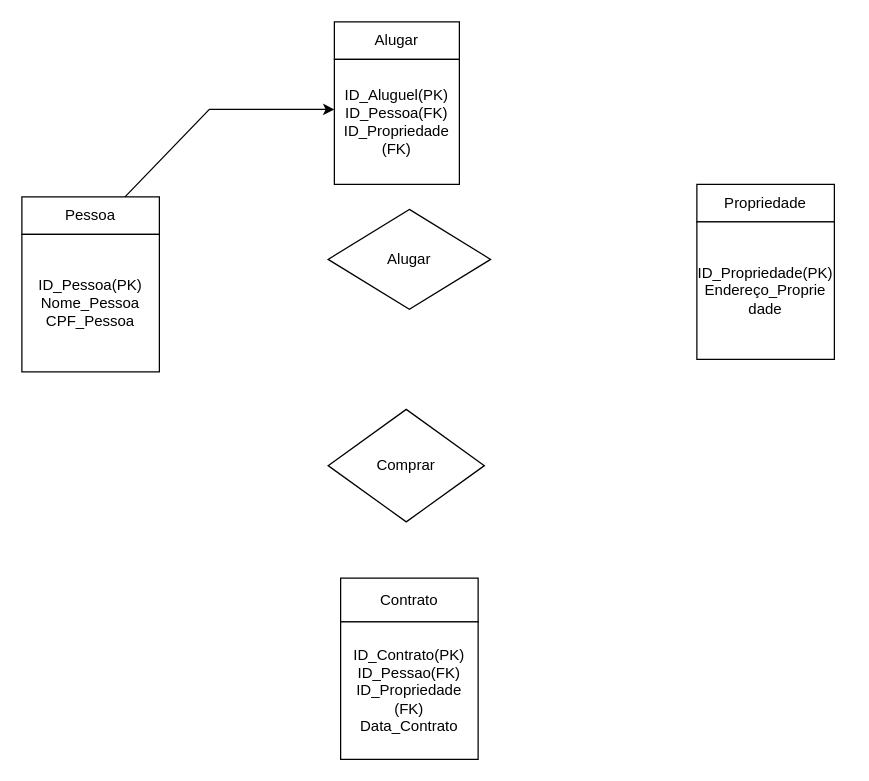
Above: Atividade final UC2/Diagrama Modelagem de dados/Diagrama Imobiliaria.drawio in geangela07/Atividades (draw.io), before the change. Source tidied: cells renumbered, new cells numbered last; positions are measured from the earlier drawing's top-left corner, leaving out a move shared by most shapes. Both pictures are drawn from the tidied source at 125%, with x=0, y=0 at pixel (21, 21).
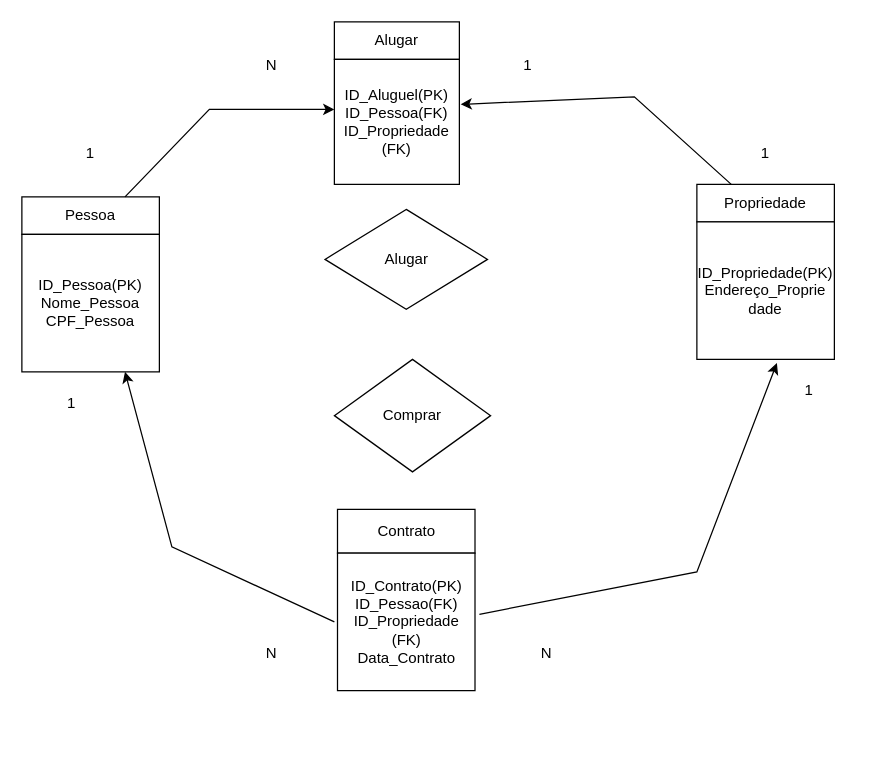
The same page after the edit.

Unchanged cells that the change refers to:
```xml
<mxCell id="5" value="ID_Pessoa(PK)&lt;br&gt;Nome_Pessoa&lt;br&gt;CPF_Pessoa" style="whiteSpace=wrap;html=1;" parent="1" vertex="1">
  <mxGeometry y="170" width="110" height="110" as="geometry" />
</mxCell>
<mxCell id="6" value="Propriedade" style="rounded=0;whiteSpace=wrap;html=1;" parent="1" vertex="1">
  <mxGeometry x="540" y="130" width="110" height="30" as="geometry" />
</mxCell>
<mxCell id="7" value="ID_Propriedade(PK)&lt;br&gt;Endereço_Proprie&lt;br&gt;dade&lt;br&gt;" style="whiteSpace=wrap;html=1;" parent="1" vertex="1">
  <mxGeometry x="540" y="160" width="110" height="110" as="geometry" />
</mxCell>
<mxCell id="9" value="ID_Aluguel(PK)&lt;br&gt;ID_Pessoa(FK)&lt;br&gt;ID_Propriedade&lt;br&gt;(FK)" style="whiteSpace=wrap;html=1;" parent="1" vertex="1">
  <mxGeometry x="250" y="30" width="100" height="100" as="geometry" />
</mxCell>
```

Change to the diagram source:
```diff
@@
     <mxCell id="2" value="Alugar" style="rhombus;whiteSpace=wrap;html=1;" parent="1" vertex="1">
-      <mxGeometry x="245" y="150" width="130" height="80" as="geometry" />
+      <mxGeometry x="242.5" y="150" width="130" height="80" as="geometry" />
     </mxCell>
     <mxCell id="3" value="Comprar" style="rhombus;whiteSpace=wrap;html=1;" parent="1" vertex="1">
-      <mxGeometry x="245" y="310" width="125" height="90" as="geometry" />
+      <mxGeometry x="250" y="270" width="125" height="90" as="geometry" />
     </mxCell>
@@
     <mxCell id="10" value="Contrato" style="rounded=0;whiteSpace=wrap;html=1;" parent="1" vertex="1">
-      <mxGeometry x="255" y="445" width="110" height="35" as="geometry" />
+      <mxGeometry x="252.5" y="390" width="110" height="35" as="geometry" />
     </mxCell>
     <mxCell id="11" value="ID_Contrato(PK)&lt;br&gt;ID_Pessao(FK)&lt;br&gt;ID_Propriedade&lt;br&gt;(FK)&lt;br&gt;Data_Contrato" style="whiteSpace=wrap;html=1;" parent="1" vertex="1">
-      <mxGeometry x="255" y="480" width="110" height="110" as="geometry" />
+      <mxGeometry x="252.5" y="425" width="110" height="110" as="geometry" />
     </mxCell>
@@
+    <mxCell id="13" style="endArrow=classic;html=1;rounded=0;entryX=0.75;entryY=1;entryDx=0;entryDy=0;" parent="1" edge="1" target="5">
+      <mxGeometry relative="1" as="geometry">
+        <mxPoint x="250" y="480" as="sourcePoint" />
+        <Array as="points">
+          <mxPoint x="120" y="420" />
+        </Array>
+      </mxGeometry>
+    </mxCell>
+    <mxCell id="14" style="endArrow=classic;html=1;rounded=0;exitX=0.25;exitY=0;exitDx=0;exitDy=0;entryX=1.01;entryY=0.36;entryDx=0;entryDy=0;entryPerimeter=0;" parent="1" edge="1" source="6" target="9">
+      <mxGeometry relative="1" as="geometry">
+        <Array as="points">
+          <mxPoint x="490" y="60" />
+        </Array>
+      </mxGeometry>
+    </mxCell>
+    <mxCell id="15" style="endArrow=classic;html=1;rounded=0;exitX=1.032;exitY=0.445;exitDx=0;exitDy=0;exitPerimeter=0;entryX=0.582;entryY=1.027;entryDx=0;entryDy=0;entryPerimeter=0;" parent="1" edge="1" source="11" target="7">
+      <mxGeometry relative="1" as="geometry">
+        <Array as="points">
+          <mxPoint x="540" y="440" />
+        </Array>
+      </mxGeometry>
+    </mxCell>
+    <mxCell id="16" value="N" style="text;html=1;strokeColor=none;fillColor=none;align=center;verticalAlign=middle;whiteSpace=wrap;rounded=0;" parent="1" vertex="1">
+      <mxGeometry x="170" y="20" width="60" height="30" as="geometry" />
+    </mxCell>
+    <mxCell id="17" value="1" style="text;html=1;strokeColor=none;fillColor=none;align=center;verticalAlign=middle;whiteSpace=wrap;rounded=0;" parent="1" vertex="1">
+      <mxGeometry x="375" y="20" width="60" height="30" as="geometry" />
+    </mxCell>
+    <mxCell id="18" value="N" style="text;html=1;strokeColor=none;fillColor=none;align=center;verticalAlign=middle;whiteSpace=wrap;rounded=0;" parent="1" vertex="1">
+      <mxGeometry x="170" y="490" width="60" height="30" as="geometry" />
+    </mxCell>
+    <mxCell id="19" value="N" style="text;html=1;strokeColor=none;fillColor=none;align=center;verticalAlign=middle;whiteSpace=wrap;rounded=0;" parent="1" vertex="1">
+      <mxGeometry x="390" y="490" width="60" height="30" as="geometry" />
+    </mxCell>
+    <mxCell id="20" value="1" style="text;html=1;strokeColor=none;fillColor=none;align=center;verticalAlign=middle;whiteSpace=wrap;rounded=0;" parent="1" vertex="1">
+      <mxGeometry x="10" y="290" width="60" height="30" as="geometry" />
+    </mxCell>
+    <mxCell id="21" value="1" style="text;html=1;strokeColor=none;fillColor=none;align=center;verticalAlign=middle;whiteSpace=wrap;rounded=0;" parent="1" vertex="1">
+      <mxGeometry x="600" y="280" width="60" height="30" as="geometry" />
+    </mxCell>
+    <mxCell id="22" value="1" style="text;html=1;strokeColor=none;fillColor=none;align=center;verticalAlign=middle;whiteSpace=wrap;rounded=0;" parent="1" vertex="1">
+      <mxGeometry x="25" y="90" width="60" height="30" as="geometry" />
+    </mxCell>
+    <mxCell id="23" value="1" style="text;html=1;strokeColor=none;fillColor=none;align=center;verticalAlign=middle;whiteSpace=wrap;rounded=0;" parent="1" vertex="1">
+      <mxGeometry x="565" y="90" width="60" height="30" as="geometry" />
+    </mxCell>
```
